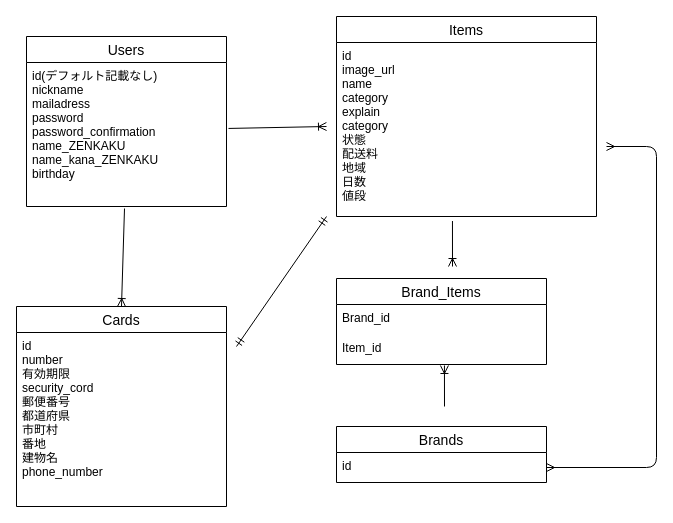
Above: app/views/furima.dio in shin224224/furima-34968 (draw.io), before the change. Source tidied: cells renumbered, new cells numbered last; positions are measured from the earlier drawing's top-left corner, leaving out a move shared by most shapes. Both pictures are drawn from the tidied source at 100%, with x=0, y=0 at pixel (16, 16).
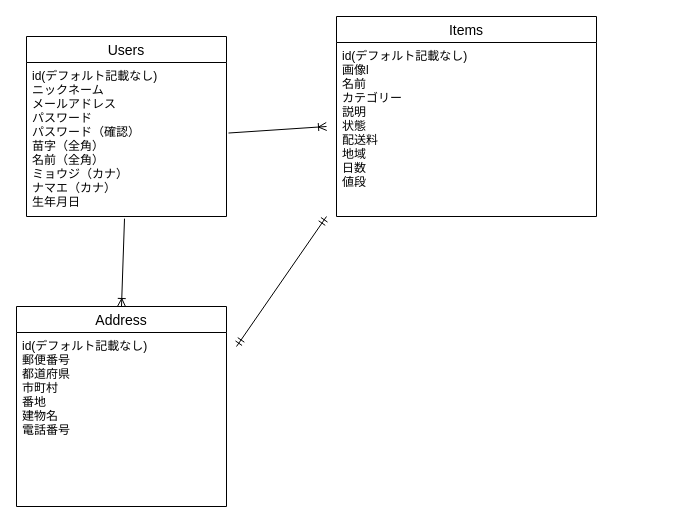
Above is the later version.

Unchanged cells that the change refers to:
```xml
<mxCell id="4" value="Items" style="swimlane;fontStyle=0;horizontal=1;startSize=26;align=center;fontSize=14;" parent="1" vertex="1">
  <mxGeometry x="320" width="260" height="200" as="geometry" />
</mxCell>
```

The edit, as a diff of the source:
```diff
@@
     <mxCell id="2" value="Users" style="swimlane;fontStyle=0;horizontal=1;startSize=26;align=center;fontSize=14;" parent="1" vertex="1">
-      <mxGeometry x="10" y="20" width="200" height="170" as="geometry" />
+      <mxGeometry x="10" y="20" width="200" height="180" as="geometry" />
     </mxCell>
-    <mxCell id="3" value="id(デフォルト記載なし)&#10;nickname&#10;mailadress&#10;password&#10;password_confirmation&#10;name_ZENKAKU&#10;name_kana_ZENKAKU&#10;birthday&#10;" style="text;strokeColor=none;fillColor=none;spacingLeft=4;spacingRight=4;overflow=hidden;points=[[0,0.5],[1,0.5]];portConstraint=eastwest;fontSize=12;" parent="2" vertex="1">
-      <mxGeometry y="26" width="200" height="144" as="geometry" />
+    <mxCell id="3" value="id(デフォルト記載なし)&#10;ニックネーム&#10;メールアドレス&#10;パスワード&#10;パスワード（確認）&#10;苗字（全角）&#10;名前（全角）&#10;ミョウジ（カナ）&#10;ナマエ（カナ）&#10;生年月日&#10;" style="text;strokeColor=none;fillColor=none;spacingLeft=4;spacingRight=4;overflow=hidden;points=[[0,0.5],[1,0.5]];portConstraint=eastwest;fontSize=12;" parent="2" vertex="1">
+      <mxGeometry y="26" width="200" height="154" as="geometry" />
     </mxCell>
@@
-    <mxCell id="5" value="id&#10;image_url&#10;name&#10;category&#10;explain&#10;category&#10;状態&#10;配送料&#10;地域&#10;日数&#10;値段" style="text;strokeColor=none;fillColor=none;spacingLeft=4;spacingRight=4;overflow=hidden;points=[[0,0.5],[1,0.5]];portConstraint=eastwest;fontSize=12;" parent="4" vertex="1">
+    <mxCell id="5" value="id(デフォルト記載なし)&#10;画像l&#10;名前&#10;カテゴリー&#10;説明&#10;状態&#10;配送料&#10;地域&#10;日数&#10;値段" style="text;strokeColor=none;fillColor=none;spacingLeft=4;spacingRight=4;overflow=hidden;points=[[0,0.5],[1,0.5]];portConstraint=eastwest;fontSize=12;" parent="4" vertex="1">
       <mxGeometry y="26" width="260" height="174" as="geometry" />
     </mxCell>
-    <mxCell id="6" value="Cards" style="swimlane;fontStyle=0;horizontal=1;startSize=26;align=center;fontSize=14;" parent="1" vertex="1">
+    <mxCell id="6" value="Address" style="swimlane;fontStyle=0;horizontal=1;startSize=26;align=center;fontSize=14;" parent="1" vertex="1">
       <mxGeometry y="290" width="210" height="200" as="geometry" />
     </mxCell>
-    <mxCell id="7" value="id&#10;number&#10;有効期限&#10;security_cord&#10;郵便番号&#10;都道府県&#10;市町村&#10;番地&#10;建物名&#10;phone_number&#10;" style="text;strokeColor=none;fillColor=none;spacingLeft=4;spacingRight=4;overflow=hidden;fontSize=12;" parent="6" vertex="1">
+    <mxCell id="7" value="id(デフォルト記載なし)&#10;郵便番号&#10;都道府県&#10;市町村&#10;番地&#10;建物名&#10;電話番号&#10;" style="text;strokeColor=none;fillColor=none;spacingLeft=4;spacingRight=4;overflow=hidden;fontSize=12;" parent="6" vertex="1">
       <mxGeometry y="26" width="210" height="174" as="geometry" />
     </mxCell>
-    <mxCell id="8" value="Brands" style="swimlane;fontStyle=0;horizontal=1;startSize=26;align=center;fontSize=14;" parent="1" vertex="1">
-      <mxGeometry x="320" y="410" width="210" height="56" as="geometry" />
-    </mxCell>
-    <mxCell id="9" value="id" style="text;strokeColor=none;fillColor=none;spacingLeft=4;spacingRight=4;overflow=hidden;points=[[0,0.5],[1,0.5]];portConstraint=eastwest;fontSize=12;" parent="8" vertex="1">
-      <mxGeometry y="26" width="210" height="30" as="geometry" />
-    </mxCell>
-    <mxCell id="10" value="Brand_Items" style="swimlane;fontStyle=0;horizontal=1;startSize=26;align=center;fontSize=14;" parent="1" vertex="1">
-      <mxGeometry x="320" y="262" width="210" height="86" as="geometry" />
-    </mxCell>
-    <mxCell id="11" value="Brand_id" style="text;strokeColor=none;fillColor=none;spacingLeft=4;spacingRight=4;overflow=hidden;fontSize=12;" parent="10" vertex="1">
-      <mxGeometry y="26" width="210" height="30" as="geometry" />
-    </mxCell>
-    <mxCell id="12" value="Item_id" style="text;strokeColor=none;fillColor=none;spacingLeft=4;spacingRight=4;overflow=hidden;points=[[0,0.5],[1,0.5]];portConstraint=eastwest;fontSize=12;" parent="10" vertex="1">
-      <mxGeometry y="56" width="210" height="30" as="geometry" />
-    </mxCell>
@@
-    <mxCell id="15" style="fontSize=12;html=1;endArrow=ERoneToMany;exitX=0.446;exitY=1.026;exitDx=0;exitDy=0;exitPerimeter=0;" parent="1" edge="1" source="5">
-      <mxGeometry relative="1" as="geometry">
-        <mxPoint x="436" y="250" as="targetPoint" />
-      </mxGeometry>
-    </mxCell>
-    <mxCell id="16" style="fontSize=12;html=1;endArrow=ERoneToMany;entryX=0.514;entryY=1.033;entryDx=0;entryDy=0;entryPerimeter=0;" parent="1" edge="1" target="12">
-      <mxGeometry relative="1" as="geometry">
-        <mxPoint x="428" y="390" as="sourcePoint" />
-      </mxGeometry>
-    </mxCell>
-    <mxCell id="17" style="edgeStyle=orthogonalEdgeStyle;fontSize=12;html=1;endArrow=ERmany;startArrow=ERmany;exitX=1;exitY=0.5;exitDx=0;exitDy=0;" parent="1" edge="1" source="9">
-      <mxGeometry relative="1" as="geometry">
-        <mxPoint x="590" y="130" as="targetPoint" />
-        <Array as="points">
-          <mxPoint x="640" y="451" />
-          <mxPoint x="640" y="130" />
-        </Array>
-      </mxGeometry>
-    </mxCell>
```
